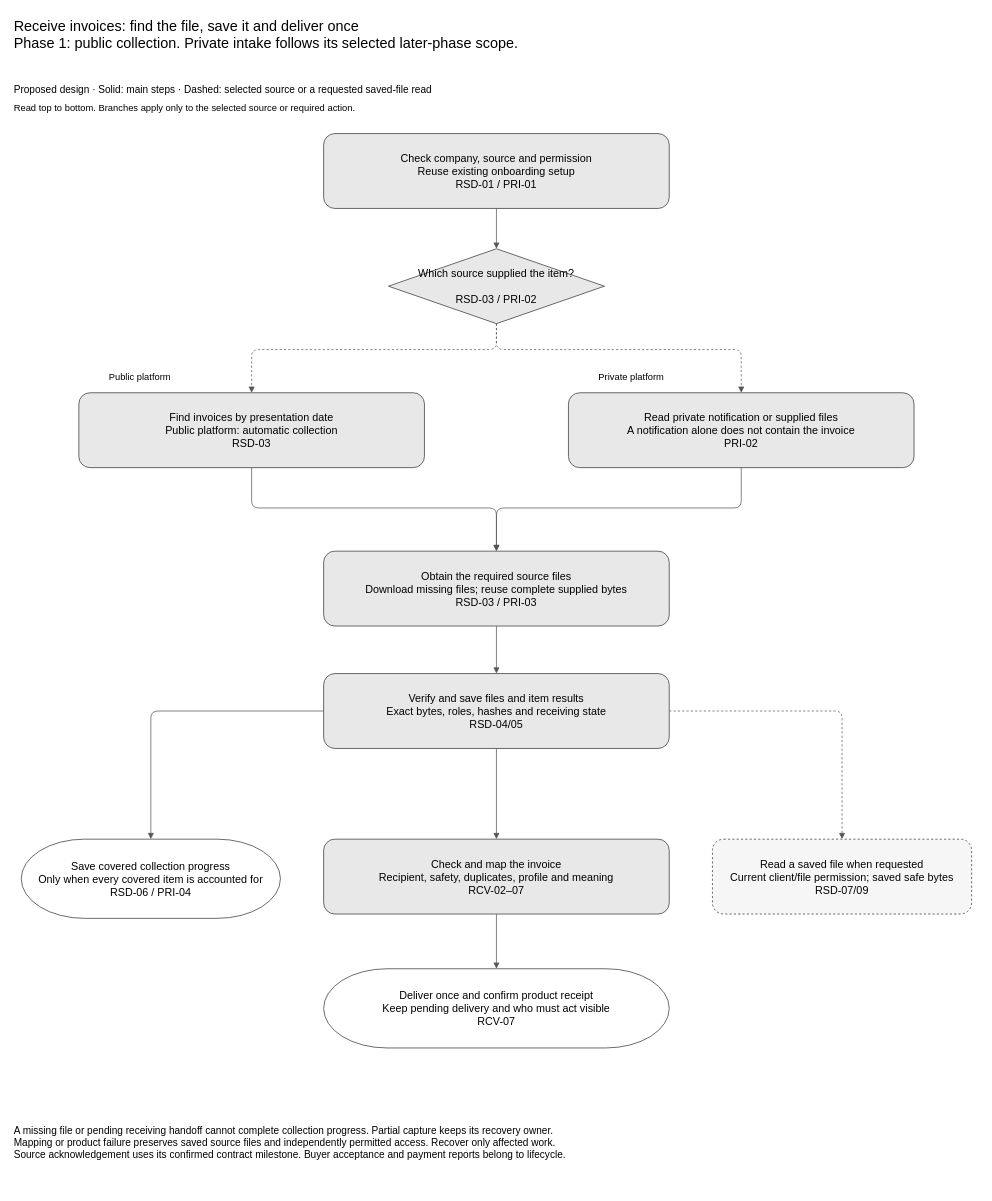
Above: assets/diagrams/invoice-retrieval-overview-process.drawio in jiaxinhe0709/pm_second_brain (draw.io), before the change. Source tidied: cells renumbered, new cells numbered last; positions are measured from the earlier drawing's top-left corner, leaving out a move shared by most shapes. Both pictures are drawn from the tidied source at 72%, with x=0, y=0 at pixel (12, 12).
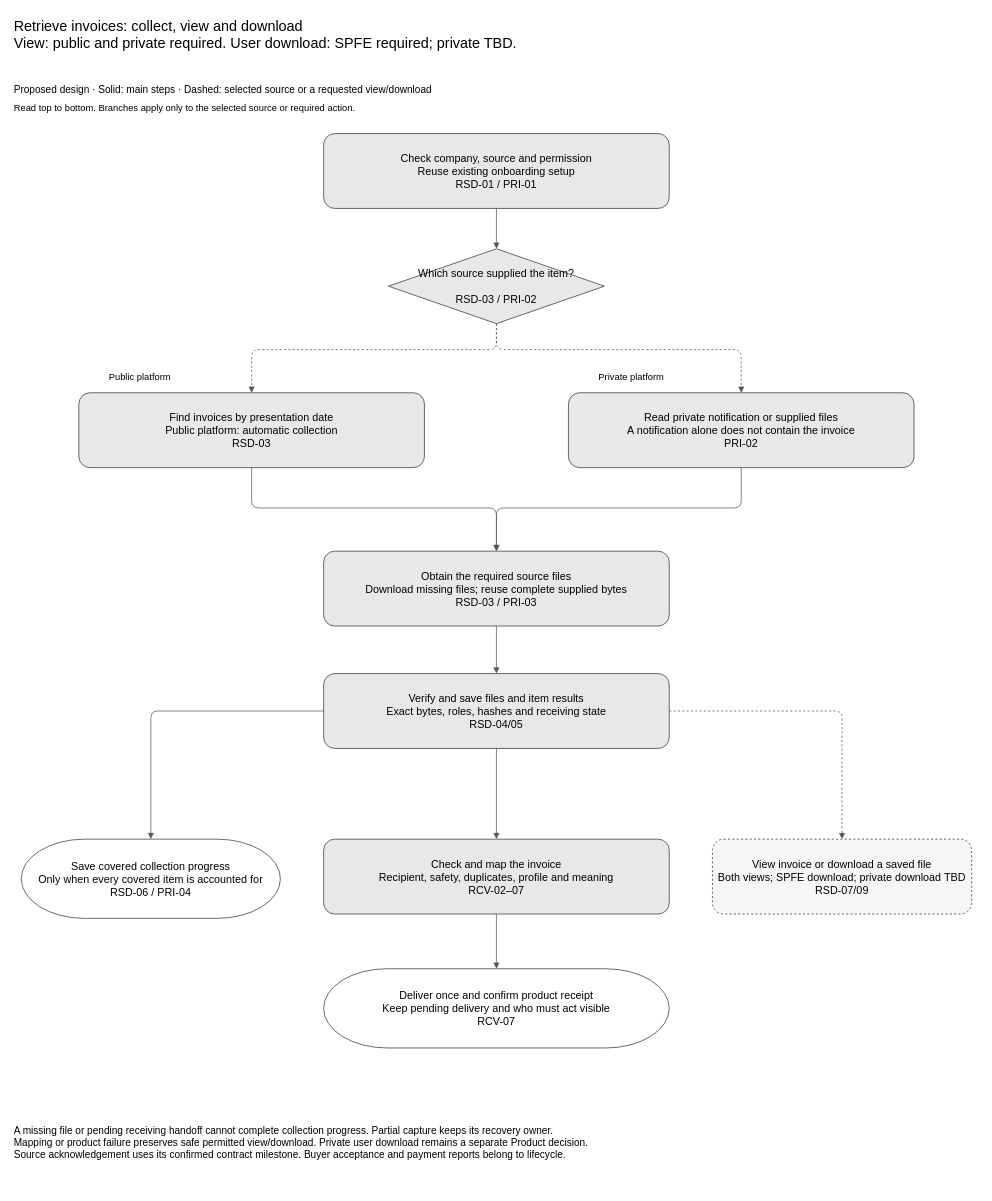
Above is the later version.

Change to the diagram source:
```diff
@@
-    <mxCell id="2" value="Receive invoices: find the file, save it and deliver once&#10;Phase 1: public collection. Private intake follows its selected later-phase scope." style="text;whiteSpace=wrap;html=0;align=left;fontSize=20;" parent="1" vertex="1">
+    <mxCell id="2" value="Retrieve invoices: collect, view and download&#10;View: public and private required. User download: SPFE required; private TBD." style="text;whiteSpace=wrap;html=0;align=left;fontSize=20;" parent="1" vertex="1">
       <mxGeometry width="1344" height="95" as="geometry" />
     </mxCell>
-    <mxCell id="3" value="Proposed design · Solid: main steps · Dashed: selected source or a requested saved-file read" style="text;html=0;align=left;fontSize=14;" parent="1" vertex="1">
+    <mxCell id="3" value="Proposed design · Solid: main steps · Dashed: selected source or a requested view/download" style="text;html=0;align=left;fontSize=14;" parent="1" vertex="1">
       <mxGeometry y="92" width="1344" height="22" as="geometry" />
     </mxCell>
@@
-    <mxCell id="13" value="Read a saved file when requested&#10;Current client/file permission; saved safe bytes&#10;RSD-07/09" style="rounded=1;whiteSpace=wrap;html=0;fontSize=15;fillColor=#f6f6f6;strokeColor=#333333;spacing=8;dashed=1;" parent="1" vertex="1">
+    <mxCell id="13" value="View invoice or download a saved file&#10;Both views; SPFE download; private download TBD&#10;RSD-07/09" style="rounded=1;whiteSpace=wrap;html=0;fontSize=15;fillColor=#f6f6f6;strokeColor=#333333;spacing=8;dashed=1;" parent="1" vertex="1">
       <mxGeometry x="972" y="1148" width="360" height="104" as="geometry" />
     </mxCell>
@@
-    <mxCell id="27" value="A missing file or pending receiving handoff cannot complete collection progress. Partial capture keeps its recovery owner.&#10;Mapping or product failure preserves saved source files and independently permitted access. Recover only affected work.&#10;Source acknowledgement uses its confirmed contract milestone. Buyer acceptance and payment reports belong to lifecycle." style="text;html=0;align=left;fontSize=14;" parent="1" vertex="1">
+    <mxCell id="27" value="A missing file or pending receiving handoff cannot complete collection progress. Partial capture keeps its recovery owner.&#10;Mapping or product failure preserves safe permitted view/download. Private user download remains a separate Product decision.&#10;Source acknowledgement uses its confirmed contract milestone. Buyer acceptance and payment reports belong to lifecycle." style="text;html=0;align=left;fontSize=14;" parent="1" vertex="1">
       <mxGeometry y="1538" width="1344" height="96" as="geometry" />
     </mxCell>
```
